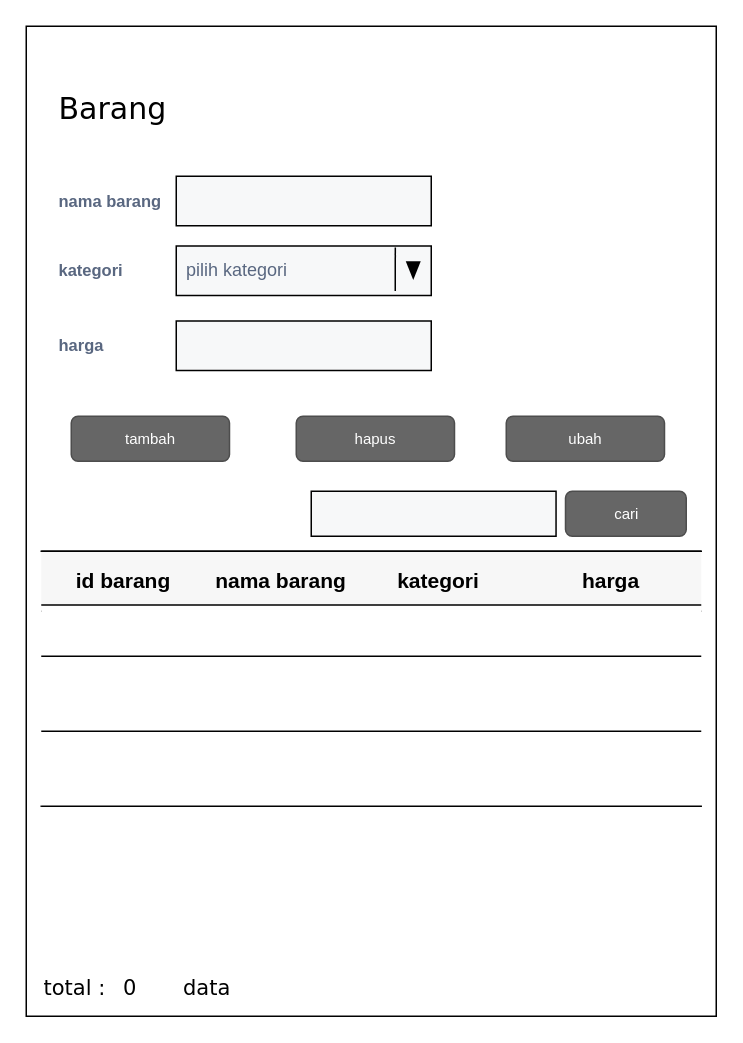
Above: diagram/rancangan_layar/master_barang.drawio in mqnoy/kakapeh (draw.io), before the change. Source tidied: cells renumbered, new cells numbered last; positions are measured from the earlier drawing's top-left corner, leaving out a move shared by most shapes. Both pictures are drawn from the tidied source at 150%, with x=0, y=0 at pixel (26, 26).
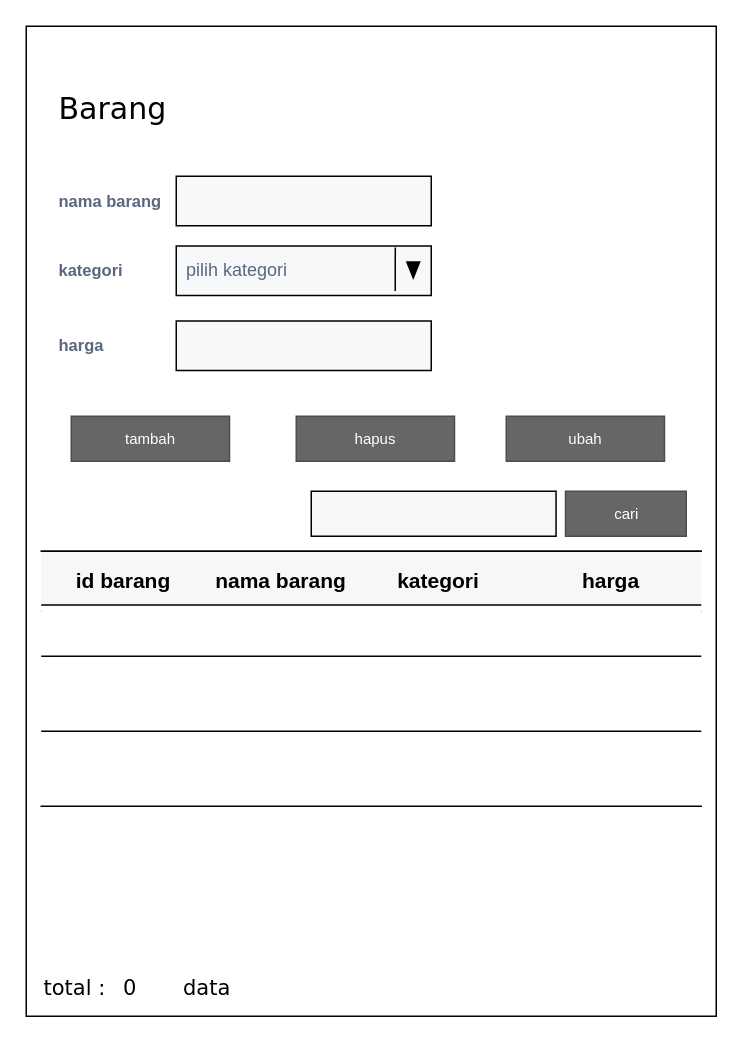
The same page after the edit.

The change refers to these unchanged cells:
```xml
<mxCell id="30" style="group;" parent="1" vertex="1">
  <mxGeometry x="190" y="310" width="250" height="30" as="geometry" />
</mxCell>
```

What changed in the source:
```diff
@@
-    <mxCell id="23" value="tambah" style="rounded=1;html=1;shadow=0;dashed=0;whiteSpace=wrap;fontSize=10;fillColor=#666666;align=center;strokeColor=#4D4D4D;fontColor=#ffffff;comic=0;" parent="1" vertex="1">
+    <mxCell id="23" value="tambah" style="rounded=0;html=1;shadow=0;dashed=0;whiteSpace=wrap;fontSize=10;fillColor=#666666;align=center;strokeColor=#4D4D4D;fontColor=#ffffff;comic=0;" parent="1" vertex="1">
       <mxGeometry x="30" y="260" width="105.5" height="30" as="geometry" />
     </mxCell>
-    <mxCell id="24" value="hapus" style="rounded=1;html=1;shadow=0;dashed=0;whiteSpace=wrap;fontSize=10;fillColor=#666666;align=center;strokeColor=#4D4D4D;fontColor=#ffffff;comic=0;" parent="1" vertex="1">
+    <mxCell id="24" value="hapus" style="rounded=0;html=1;shadow=0;dashed=0;whiteSpace=wrap;fontSize=10;fillColor=#666666;align=center;strokeColor=#4D4D4D;fontColor=#ffffff;comic=0;" parent="1" vertex="1">
       <mxGeometry x="180" y="260" width="105.5" height="30" as="geometry" />
     </mxCell>
-    <mxCell id="25" value="ubah" style="rounded=1;html=1;shadow=0;dashed=0;whiteSpace=wrap;fontSize=10;fillColor=#666666;align=center;strokeColor=#4D4D4D;fontColor=#ffffff;comic=0;" parent="1" vertex="1">
+    <mxCell id="25" value="ubah" style="rounded=0;html=1;shadow=0;dashed=0;whiteSpace=wrap;fontSize=10;fillColor=#666666;align=center;strokeColor=#4D4D4D;fontColor=#ffffff;comic=0;" parent="1" vertex="1">
       <mxGeometry x="320" y="260" width="105.5" height="30" as="geometry" />
     </mxCell>
@@
-    <mxCell id="32" value="cari" style="rounded=1;html=1;shadow=0;dashed=0;whiteSpace=wrap;fontSize=10;fillColor=#666666;align=center;strokeColor=#4D4D4D;fontColor=#ffffff;comic=0;" parent="30" vertex="1">
+    <mxCell id="32" value="cari" style="rounded=0;html=1;shadow=0;dashed=0;whiteSpace=wrap;fontSize=10;fillColor=#666666;align=center;strokeColor=#4D4D4D;fontColor=#ffffff;comic=0;" parent="30" vertex="1">
       <mxGeometry x="169.5" width="80.5" height="30" as="geometry" />
     </mxCell>
```
